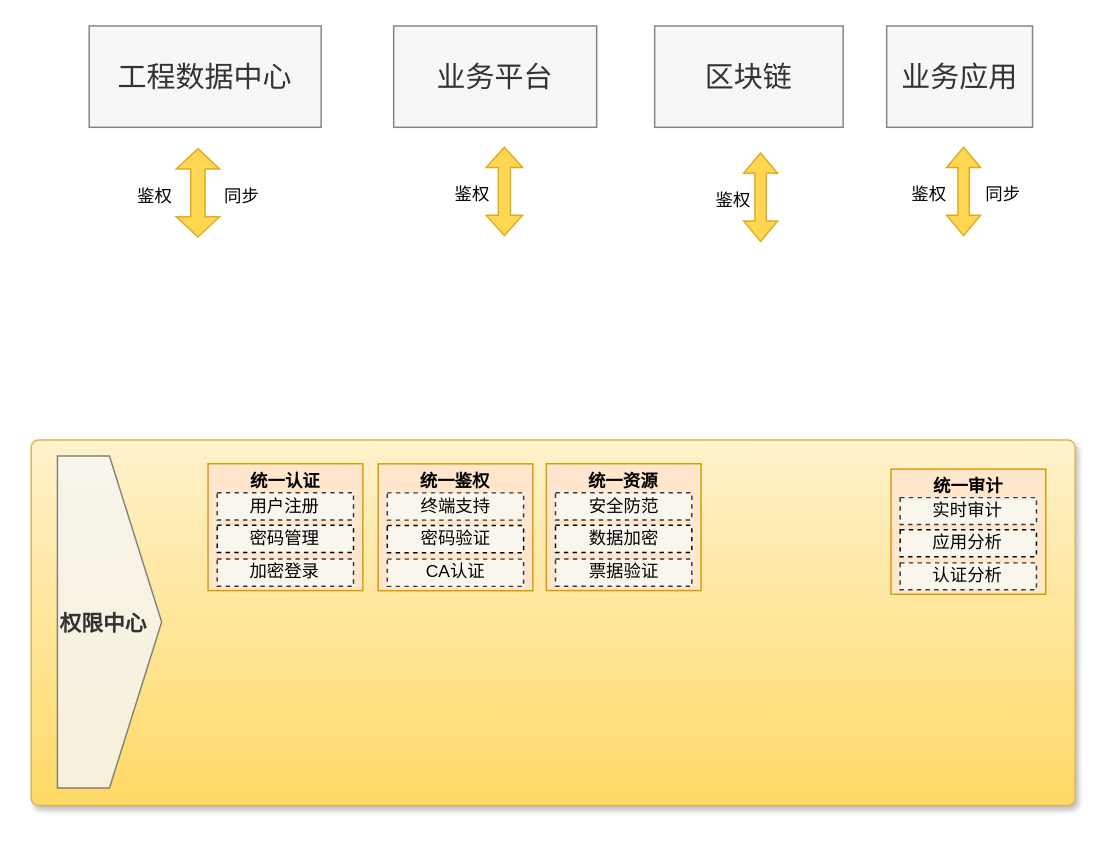
Above: 东庄信息化项目-统一权限管理1.drawio in sun-beijixing/drawio (draw.io), before the change. Source tidied: cells renumbered, new cells numbered last; positions are measured from the earlier drawing's top-left corner, leaving out a move shared by most shapes. Both pictures are drawn from the tidied source at 145%, with x=0, y=0 at pixel (30, 25).
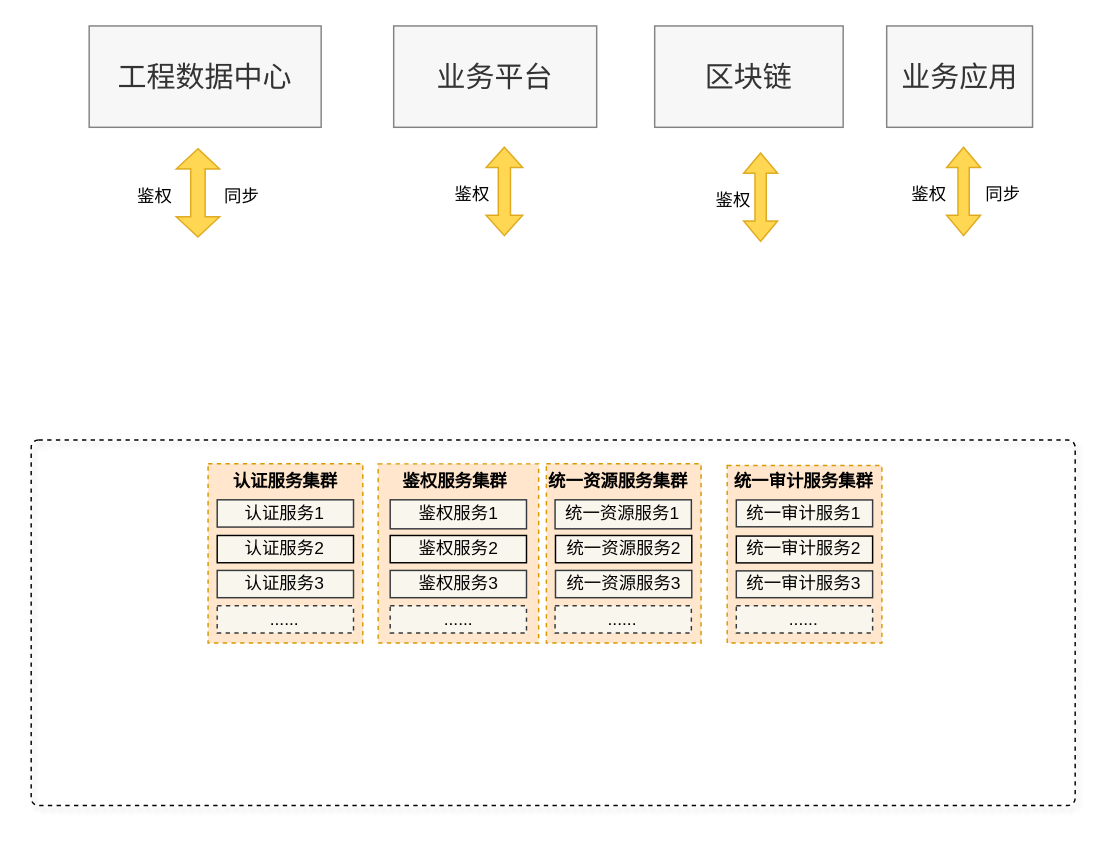
Above is the later version.

Commit message (it also covers changes not shown here):
更新东庄信息化项目-统一权限管理1.drawio

Change to the diagram source:
```diff
@@
-    <mxCell id="2" style="text;html=1;strokeColor=#d6b656;fillColor=#fff2cc;align=center;verticalAlign=middle;whiteSpace=wrap;fontSize=54;fontStyle=1;shadow=1;rounded=1;glass=0;sketch=0;arcSize=2;gradientColor=#ffd966;" parent="1" vertex="1">
+    <mxCell id="2" style="text;html=1;fillColor=none;align=center;verticalAlign=middle;whiteSpace=wrap;fontSize=54;fontStyle=1;shadow=1;rounded=1;glass=0;sketch=0;arcSize=2;dashed=1;strokeWidth=1;strokeColor=default;" parent="1" vertex="1">
       <mxGeometry y="286" width="720" height="252" as="geometry" />
     </mxCell>
-    <mxCell id="3" value="&lt;div style=&quot;&quot;&gt;&lt;span style=&quot;font-size: 15px;&quot;&gt;&lt;b&gt;权限中心&lt;/b&gt;&lt;/span&gt;&lt;/div&gt;" style="html=1;shadow=0;dashed=0;align=left;verticalAlign=middle;shape=mxgraph.arrows2.arrow;dy=0;dx=36;notch=0;rounded=0;glass=0;sketch=0;fontSize=18;fillColor=#f5f5f5;fontColor=#333333;strokeColor=#666666;whiteSpace=wrap;opacity=80;" parent="2" vertex="1">
-      <mxGeometry x="18.1" y="11" width="71.9" height="229" as="geometry" />
-    </mxCell>
-    <mxCell id="4" style="group;" parent="2" vertex="1">
-      <mxGeometry x="122" y="16.3" width="106.7" height="87.5" as="geometry" />
-    </mxCell>
-    <mxCell id="5" style="rounded=0;whiteSpace=wrap;html=1;shadow=0;glass=0;sketch=0;fillColor=#ffe6cc;strokeColor=#d79b00;" parent="4" vertex="1">
-      <mxGeometry width="106.7" height="87.5" as="geometry" />
+    <mxCell id="5" style="rounded=0;whiteSpace=wrap;html=1;shadow=0;glass=0;sketch=0;fillColor=#ffe6cc;strokeColor=#d79b00;dashed=1;" parent="2" vertex="1">
+      <mxGeometry x="122" y="16.3" width="106.7" height="123.7" as="geometry" />
     </mxCell>
-    <mxCell id="6" value="&lt;font style=&quot;font-size: 12px;&quot;&gt;&lt;b&gt;统一认证&lt;/b&gt;&lt;/font&gt;" style="text;html=1;strokeColor=none;fillColor=none;align=center;verticalAlign=middle;whiteSpace=wrap;rounded=0;shadow=1;fontSize=16;" parent="4" vertex="1">
-      <mxGeometry x="13.8" y="1.3" width="79" height="18.8" as="geometry" />
+    <mxCell id="6" value="&lt;span style=&quot;font-size: 12px;&quot;&gt;&lt;b&gt;认证服务集群&lt;/b&gt;&lt;/span&gt;" style="text;html=1;strokeColor=none;fillColor=none;align=center;verticalAlign=middle;whiteSpace=wrap;rounded=0;shadow=1;fontSize=16;" parent="2" vertex="1">
+      <mxGeometry x="135.8" y="17.5" width="79" height="18.8" as="geometry" />
     </mxCell>
-    <mxCell id="7" value="用户注册" style="rounded=0;whiteSpace=wrap;html=1;shadow=0;fontSize=12;fillColor=#f9f7ed;strokeColor=#36393d;dashed=1;" parent="4" vertex="1">
-      <mxGeometry x="6.3" y="20" width="94" height="18.8" as="geometry" />
+    <mxCell id="7" value="认证服务1" style="rounded=0;whiteSpace=wrap;html=1;shadow=0;fontSize=12;fillColor=#f9f7ed;strokeColor=#36393d;" parent="2" vertex="1">
+      <mxGeometry x="128.3" y="41.2" width="94" height="18.8" as="geometry" />
     </mxCell>
-    <mxCell id="8" value="密码管理" style="rounded=0;whiteSpace=wrap;html=1;shadow=0;fontSize=12;fillColor=#f9f7ed;strokeColor=default;dashed=1;" parent="4" vertex="1">
-      <mxGeometry x="6.3" y="42.5" width="94" height="18.8" as="geometry" />
+    <mxCell id="8" value="认证服务2" style="rounded=0;whiteSpace=wrap;html=1;shadow=0;fontSize=12;fillColor=#f9f7ed;strokeColor=default;" parent="2" vertex="1">
+      <mxGeometry x="128.3" y="65.8" width="94" height="18.8" as="geometry" />
     </mxCell>
-    <mxCell id="9" value="加密登录" style="rounded=0;whiteSpace=wrap;html=1;shadow=0;fontSize=12;fillColor=#f9f7ed;strokeColor=#36393d;dashed=1;" parent="4" vertex="1">
-      <mxGeometry x="6.3" y="65.7" width="94" height="18.8" as="geometry" />
+    <mxCell id="9" value="认证服务3" style="rounded=0;whiteSpace=wrap;html=1;shadow=0;fontSize=12;fillColor=#f9f7ed;strokeColor=#36393d;" parent="2" vertex="1">
+      <mxGeometry x="128.3" y="89.9" width="94" height="18.8" as="geometry" />
     </mxCell>
-    <mxCell id="10" style="group;" parent="2" vertex="1">
-      <mxGeometry x="239.3" y="16.4" width="106.7" height="87.5" as="geometry" />
-    </mxCell>
+    <mxCell id="46" value="......" style="rounded=0;whiteSpace=wrap;html=1;shadow=0;fontSize=12;fillColor=#f9f7ed;strokeColor=#36393d;dashed=1;verticalAlign=bottom;align=center;" parent="2" vertex="1">
+      <mxGeometry x="128.3" y="114.3" width="94" height="18.8" as="geometry" />
+    </mxCell>
-    <mxCell id="11" style="rounded=0;whiteSpace=wrap;html=1;shadow=0;glass=0;sketch=0;fillColor=#ffe6cc;strokeColor=#d79b00;" parent="10" vertex="1">
-      <mxGeometry width="106.7" height="87.5" as="geometry" />
+    <mxCell id="11" style="rounded=0;whiteSpace=wrap;html=1;shadow=0;glass=0;sketch=0;fillColor=#ffe6cc;strokeColor=#d79b00;dashed=1;" parent="2" vertex="1">
+      <mxGeometry x="239.3" y="16.4" width="110.7" height="123.6" as="geometry" />
     </mxCell>
-    <mxCell id="12" value="&lt;font style=&quot;font-size: 12px;&quot;&gt;&lt;b&gt;统一鉴权&lt;/b&gt;&lt;/font&gt;" style="text;html=1;strokeColor=none;fillColor=none;align=center;verticalAlign=middle;whiteSpace=wrap;rounded=0;shadow=1;fontSize=16;" parent="10" vertex="1">
-      <mxGeometry x="13.8" y="1.3" width="79" height="18.8" as="geometry" />
+    <mxCell id="12" value="&lt;font style=&quot;font-size: 12px;&quot;&gt;&lt;b&gt;鉴权服务集群&lt;/b&gt;&lt;/font&gt;" style="text;html=1;strokeColor=none;fillColor=none;align=center;verticalAlign=middle;whiteSpace=wrap;rounded=0;shadow=1;fontSize=16;" parent="2" vertex="1">
+      <mxGeometry x="253.1" y="17.7" width="79" height="18.8" as="geometry" />
     </mxCell>
-    <mxCell id="13" value="终端支持" style="rounded=0;whiteSpace=wrap;html=1;shadow=0;fontSize=12;fillColor=#f9f7ed;strokeColor=#36393d;dashed=1;" parent="10" vertex="1">
-      <mxGeometry x="6.3" y="20" width="94" height="18.8" as="geometry" />
+    <mxCell id="13" value="鉴权服务1" style="rounded=0;whiteSpace=wrap;html=1;shadow=0;fontSize=12;fillColor=#f9f7ed;strokeColor=#36393d;" parent="2" vertex="1">
+      <mxGeometry x="247.6" y="41.2" width="94" height="20" as="geometry" />
     </mxCell>
-    <mxCell id="14" value="密码验证" style="rounded=0;whiteSpace=wrap;html=1;shadow=0;fontSize=12;fillColor=#f9f7ed;strokeColor=default;dashed=1;" parent="10" vertex="1">
-      <mxGeometry x="6.3" y="42.5" width="94" height="18.8" as="geometry" />
+    <mxCell id="14" value="鉴权服务2" style="rounded=0;whiteSpace=wrap;html=1;shadow=0;fontSize=12;fillColor=#f9f7ed;strokeColor=default;" parent="2" vertex="1">
+      <mxGeometry x="247.6" y="65.8" width="94" height="18.8" as="geometry" />
     </mxCell>
-    <mxCell id="15" value="CA认证" style="rounded=0;whiteSpace=wrap;html=1;shadow=0;fontSize=12;fillColor=#f9f7ed;strokeColor=#36393d;dashed=1;" parent="10" vertex="1">
-      <mxGeometry x="6.3" y="65.7" width="94" height="18.8" as="geometry" />
+    <mxCell id="15" value="鉴权服务3" style="rounded=0;whiteSpace=wrap;html=1;shadow=0;fontSize=12;fillColor=#f9f7ed;strokeColor=#36393d;" parent="2" vertex="1">
+      <mxGeometry x="247.6" y="89.9" width="94" height="18.8" as="geometry" />
     </mxCell>
-    <mxCell id="16" style="group;" parent="2" vertex="1">
-      <mxGeometry x="355.3" y="16.3" width="106.7" height="87.5" as="geometry" />
-    </mxCell>
-    <mxCell id="17" style="rounded=0;whiteSpace=wrap;html=1;shadow=0;glass=0;sketch=0;fillColor=#ffe6cc;strokeColor=#d79b00;" parent="16" vertex="1">
-      <mxGeometry width="106.7" height="87.5" as="geometry" />
+    <mxCell id="17" style="rounded=0;whiteSpace=wrap;html=1;shadow=0;glass=0;sketch=0;fillColor=#ffe6cc;strokeColor=#d79b00;dashed=1;" parent="2" vertex="1">
+      <mxGeometry x="355.3" y="16.3" width="106.7" height="123.7" as="geometry" />
     </mxCell>
-    <mxCell id="18" value="&lt;font style=&quot;font-size: 12px;&quot;&gt;&lt;b&gt;统一资源&lt;/b&gt;&lt;/font&gt;" style="text;html=1;strokeColor=none;fillColor=none;align=center;verticalAlign=middle;whiteSpace=wrap;rounded=0;shadow=1;fontSize=16;" parent="16" vertex="1">
-      <mxGeometry x="13.8" y="1.3" width="79" height="18.8" as="geometry" />
+    <mxCell id="18" value="&lt;font style=&quot;font-size: 12px;&quot;&gt;&lt;b&gt;统一资源服务集群&lt;/b&gt;&lt;/font&gt;" style="text;html=1;strokeColor=none;fillColor=none;align=center;verticalAlign=middle;whiteSpace=wrap;rounded=0;shadow=1;fontSize=16;" parent="2" vertex="1">
+      <mxGeometry x="355.3" y="17.5" width="100" height="18.8" as="geometry" />
     </mxCell>
-    <mxCell id="19" value="安全防范" style="rounded=0;whiteSpace=wrap;html=1;shadow=0;fontSize=12;fillColor=#f9f7ed;strokeColor=#36393d;dashed=1;" parent="16" vertex="1">
-      <mxGeometry x="6.3" y="20" width="94" height="18.8" as="geometry" />
+    <mxCell id="19" value="统一资源服务1" style="rounded=0;whiteSpace=wrap;html=1;shadow=0;fontSize=12;fillColor=#f9f7ed;strokeColor=#36393d;" parent="2" vertex="1">
+      <mxGeometry x="361.3" y="41.2" width="94" height="20" as="geometry" />
     </mxCell>
-    <mxCell id="20" value="数据加密" style="rounded=0;whiteSpace=wrap;html=1;shadow=0;fontSize=12;fillColor=#f9f7ed;strokeColor=default;dashed=1;" parent="16" vertex="1">
-      <mxGeometry x="6.3" y="42.5" width="94" height="18.8" as="geometry" />
+    <mxCell id="20" value="统一资源服务2" style="rounded=0;whiteSpace=wrap;html=1;shadow=0;fontSize=12;fillColor=#f9f7ed;strokeColor=default;" parent="2" vertex="1">
+      <mxGeometry x="361.6" y="65.8" width="94" height="18.8" as="geometry" />
     </mxCell>
-    <mxCell id="21" value="票据验证" style="rounded=0;whiteSpace=wrap;html=1;shadow=0;fontSize=12;fillColor=#f9f7ed;strokeColor=#36393d;dashed=1;" parent="16" vertex="1">
-      <mxGeometry x="6.3" y="65.7" width="94" height="18.8" as="geometry" />
+    <mxCell id="21" value="统一资源服务3" style="rounded=0;whiteSpace=wrap;html=1;shadow=0;fontSize=12;fillColor=#f9f7ed;strokeColor=#36393d;" parent="2" vertex="1">
+      <mxGeometry x="361.6" y="89.9" width="94" height="18.8" as="geometry" />
     </mxCell>
-    <mxCell id="22" style="group;" parent="2" vertex="1">
-      <mxGeometry x="593" y="20" width="106.7" height="86.3" as="geometry" />
-    </mxCell>
+    <mxCell id="47" value="......" style="rounded=0;whiteSpace=wrap;html=1;shadow=0;fontSize=12;fillColor=#f9f7ed;strokeColor=#36393d;dashed=1;verticalAlign=bottom;align=center;" parent="2" vertex="1">
+      <mxGeometry x="247.6" y="114.3" width="94" height="18.8" as="geometry" />
+    </mxCell>
+    <mxCell id="48" value="......" style="rounded=0;whiteSpace=wrap;html=1;shadow=0;fontSize=12;fillColor=#f9f7ed;strokeColor=#36393d;dashed=1;verticalAlign=bottom;align=center;" parent="2" vertex="1">
+      <mxGeometry x="361.3" y="114.3" width="94" height="18.8" as="geometry" />
+    </mxCell>
-    <mxCell id="23" style="rounded=0;whiteSpace=wrap;html=1;shadow=0;glass=0;sketch=0;fillColor=#ffe6cc;strokeColor=#d79b00;" parent="22" vertex="1">
-      <mxGeometry width="106.7" height="86.3" as="geometry" />
+    <mxCell id="23" style="rounded=0;whiteSpace=wrap;html=1;shadow=0;glass=0;sketch=0;fillColor=#ffe6cc;strokeColor=#d79b00;dashed=1;" parent="2" vertex="1">
+      <mxGeometry x="480" y="17.5" width="106.7" height="122.5" as="geometry" />
     </mxCell>
-    <mxCell id="24" value="&lt;font style=&quot;font-size: 12px;&quot;&gt;&lt;b&gt;统一审计&lt;/b&gt;&lt;/font&gt;" style="text;html=1;strokeColor=none;fillColor=none;align=center;verticalAlign=middle;whiteSpace=wrap;rounded=0;shadow=1;fontSize=16;" parent="22" vertex="1">
-      <mxGeometry x="13.8" y="1.2" width="79" height="18.5" as="geometry" />
+    <mxCell id="24" value="&lt;font style=&quot;font-size: 12px;&quot;&gt;&lt;b&gt;统一审计服务集群&lt;/b&gt;&lt;/font&gt;" style="text;html=1;strokeColor=none;fillColor=none;align=center;verticalAlign=middle;whiteSpace=wrap;rounded=0;shadow=1;fontSize=16;" parent="2" vertex="1">
+      <mxGeometry x="483.3" y="18" width="100" height="18.5" as="geometry" />
     </mxCell>
-    <mxCell id="25" value="实时审计" style="rounded=0;whiteSpace=wrap;html=1;shadow=0;fontSize=12;fillColor=#f9f7ed;strokeColor=#36393d;dashed=1;" parent="22" vertex="1">
-      <mxGeometry x="6.3" y="19.7" width="94" height="18.5" as="geometry" />
+    <mxCell id="25" value="统一审计服务1" style="rounded=0;whiteSpace=wrap;html=1;shadow=0;fontSize=12;fillColor=#f9f7ed;strokeColor=#36393d;" parent="2" vertex="1">
+      <mxGeometry x="486.3" y="41.3" width="94" height="18.5" as="geometry" />
     </mxCell>
-    <mxCell id="26" value="应用分析" style="rounded=0;whiteSpace=wrap;html=1;shadow=0;fontSize=12;fillColor=#f9f7ed;strokeColor=default;dashed=1;" parent="22" vertex="1">
-      <mxGeometry x="6.3" y="41.9" width="94" height="18.5" as="geometry" />
+    <mxCell id="26" value="统一审计服务2" style="rounded=0;whiteSpace=wrap;html=1;shadow=0;fontSize=12;fillColor=#f9f7ed;strokeColor=default;" parent="2" vertex="1">
+      <mxGeometry x="486.3" y="66.2" width="94" height="18.5" as="geometry" />
     </mxCell>
-    <mxCell id="27" value="认证分析" style="rounded=0;whiteSpace=wrap;html=1;shadow=0;fontSize=12;fillColor=#f9f7ed;strokeColor=#36393d;dashed=1;" parent="22" vertex="1">
-      <mxGeometry x="6.3" y="64.7" width="94" height="18.5" as="geometry" />
+    <mxCell id="27" value="统一审计服务3" style="rounded=0;whiteSpace=wrap;html=1;shadow=0;fontSize=12;fillColor=#f9f7ed;strokeColor=#36393d;" parent="2" vertex="1">
+      <mxGeometry x="486.3" y="90.2" width="94" height="18.5" as="geometry" />
     </mxCell>
+    <mxCell id="49" value="......" style="rounded=0;whiteSpace=wrap;html=1;shadow=0;fontSize=12;fillColor=#f9f7ed;strokeColor=#36393d;dashed=1;verticalAlign=bottom;align=center;" parent="2" vertex="1">
+      <mxGeometry x="486.3" y="114.3" width="94" height="18.8" as="geometry" />
+    </mxCell>
```
